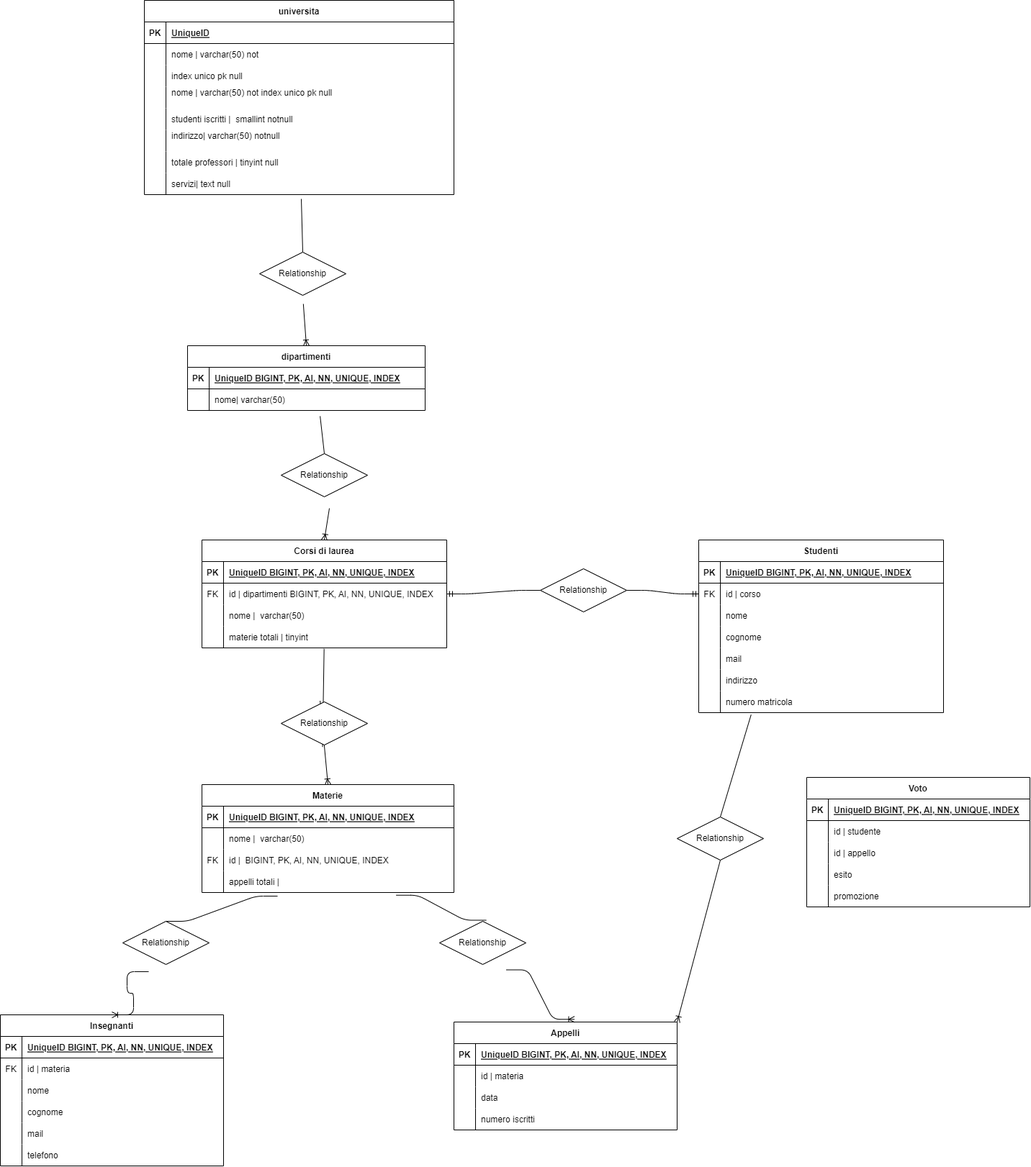
Before: university.png, a diagram exported from draw.io (fabiodelli/db-university). Source tidied: cells renumbered, new cells last; positions are measured from the earlier drawing's top-left corner, leaving out a move shared by most shapes.
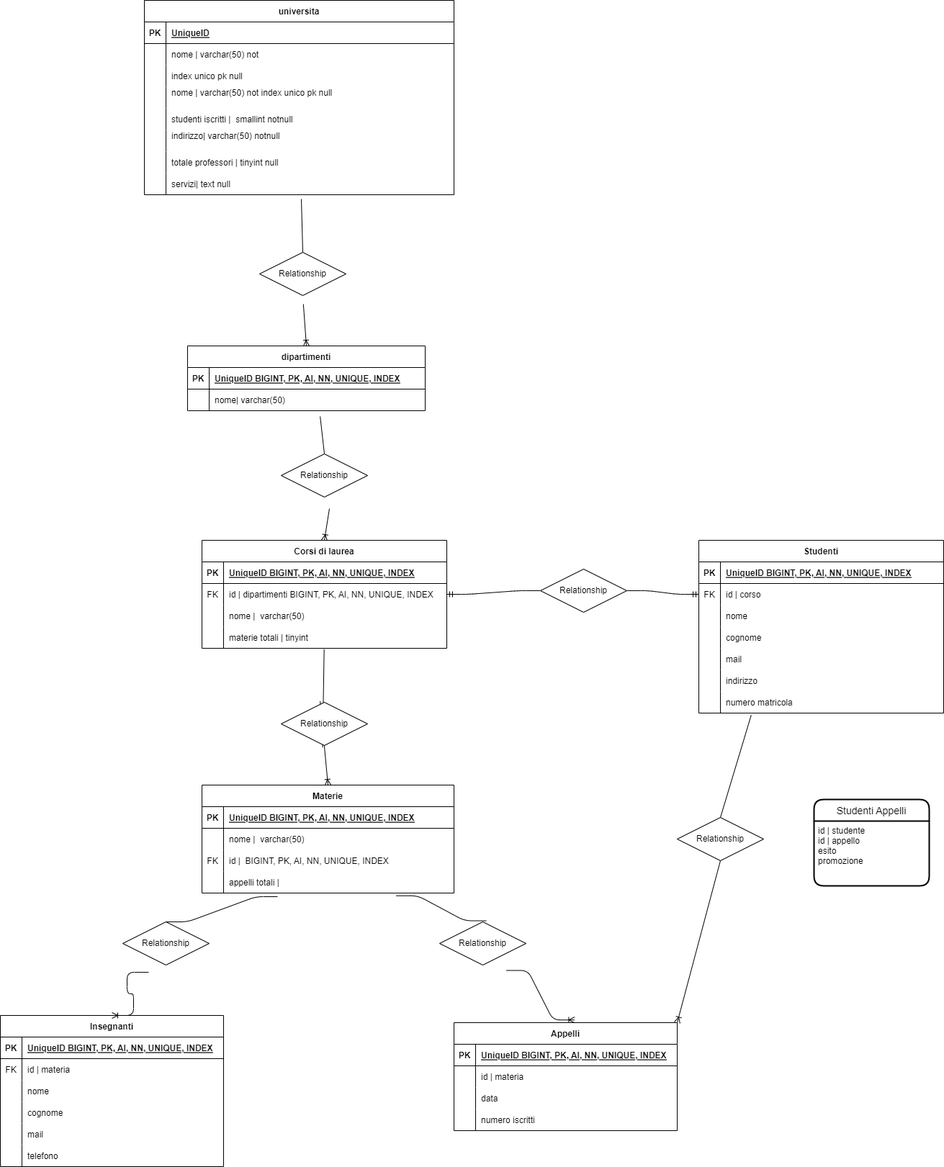
The same diagram one commit later.

What changed in the source:
```diff
@@ -338,54 +338,6 @@
     <mxCell id="113" value="numero matricola" style="shape=partialRectangle;fillColor=none;top=0;left=0;bottom=0;right=0;align=left;spacingLeft=6;overflow=hidden;" parent="111" vertex="1">
       <mxGeometry x="30" width="310" height="30" as="geometry" />
     </mxCell>
-    <mxCell id="114" value="Voto" style="shape=table;startSize=30;rowLines=0;fontStyle=1;align=center;" parent="1" vertex="1">
-      <mxGeometry x="1120" y="1080" width="310" height="180" as="geometry" />
-    </mxCell>
-    <mxCell id="115" style="shape=tableRow;horizontal=0;startSize=0;swimlaneHead=0;swimlaneBody=0;fillColor=none;top=0;left=0;right=0;bottom=1;" parent="114" vertex="1">
-      <mxGeometry y="30" width="310" height="30" as="geometry" />
-    </mxCell>
-    <mxCell id="116" value="PK" style="shape=partialRectangle;fillColor=none;top=0;left=0;bottom=0;right=0;fontStyle=1;overflow=hidden;" parent="115" vertex="1">
-      <mxGeometry width="30" height="30" as="geometry" />
-    </mxCell>
-    <mxCell id="117" value="UniqueID BIGINT, PK, AI, NN, UNIQUE, INDEX" style="shape=partialRectangle;fillColor=none;top=0;left=0;bottom=0;right=0;align=left;spacingLeft=6;fontStyle=5;overflow=hidden;" parent="115" vertex="1">
-      <mxGeometry x="30" width="280" height="30" as="geometry" />
-    </mxCell>
-    <mxCell id="118" style="shape=tableRow;horizontal=0;startSize=0;swimlaneHead=0;swimlaneBody=0;fillColor=none;top=0;left=0;right=0;bottom=0;" parent="114" vertex="1">
-      <mxGeometry y="60" width="310" height="30" as="geometry" />
-    </mxCell>
-    <mxCell id="119" style="shape=partialRectangle;fillColor=none;top=0;left=0;bottom=0;right=0;overflow=hidden;" parent="118" vertex="1">
-      <mxGeometry width="30" height="30" as="geometry" />
-    </mxCell>
-    <mxCell id="120" value="id | studente" style="shape=partialRectangle;fillColor=none;top=0;left=0;bottom=0;right=0;align=left;spacingLeft=6;overflow=hidden;" parent="118" vertex="1">
-      <mxGeometry x="30" width="280" height="30" as="geometry" />
-    </mxCell>
-    <mxCell id="121" style="shape=tableRow;horizontal=0;startSize=0;swimlaneHead=0;swimlaneBody=0;fillColor=none;top=0;left=0;right=0;bottom=0;" parent="114" vertex="1">
-      <mxGeometry y="90" width="310" height="30" as="geometry" />
-    </mxCell>
-    <mxCell id="122" style="shape=partialRectangle;fillColor=none;top=0;left=0;bottom=0;right=0;overflow=hidden;" parent="121" vertex="1">
-      <mxGeometry width="30" height="30" as="geometry" />
-    </mxCell>
-    <mxCell id="123" value="id | appello" style="shape=partialRectangle;fillColor=none;top=0;left=0;bottom=0;right=0;align=left;spacingLeft=6;overflow=hidden;" parent="121" vertex="1">
-      <mxGeometry x="30" width="280" height="30" as="geometry" />
-    </mxCell>
-    <mxCell id="124" style="shape=tableRow;horizontal=0;startSize=0;swimlaneHead=0;swimlaneBody=0;fillColor=none;top=0;left=0;right=0;bottom=0;" parent="114" vertex="1">
-      <mxGeometry y="120" width="310" height="30" as="geometry" />
-    </mxCell>
-    <mxCell id="125" style="shape=partialRectangle;fillColor=none;top=0;left=0;bottom=0;right=0;overflow=hidden;" parent="124" vertex="1">
-      <mxGeometry width="30" height="30" as="geometry" />
-    </mxCell>
-    <mxCell id="126" value="esito " style="shape=partialRectangle;fillColor=none;top=0;left=0;bottom=0;right=0;align=left;spacingLeft=6;overflow=hidden;" parent="124" vertex="1">
-      <mxGeometry x="30" width="280" height="30" as="geometry" />
-    </mxCell>
-    <mxCell id="127" style="shape=tableRow;horizontal=0;startSize=0;swimlaneHead=0;swimlaneBody=0;fillColor=none;top=0;left=0;right=0;bottom=0;" parent="114" vertex="1">
-      <mxGeometry y="150" width="310" height="30" as="geometry" />
-    </mxCell>
-    <mxCell id="128" style="shape=partialRectangle;fillColor=none;top=0;left=0;bottom=0;right=0;overflow=hidden;" parent="127" vertex="1">
-      <mxGeometry width="30" height="30" as="geometry" />
-    </mxCell>
-    <mxCell id="129" value="promozione" style="shape=partialRectangle;fillColor=none;top=0;left=0;bottom=0;right=0;align=left;spacingLeft=6;overflow=hidden;" parent="127" vertex="1">
-      <mxGeometry x="30" width="280" height="30" as="geometry" />
-    </mxCell>
     <mxCell id="130" style="fontSize=12;html=1;endArrow=ERoneToMany;exitX=0.507;exitY=1.2;exitDx=0;exitDy=0;exitPerimeter=0;entryX=0.5;entryY=0;entryDx=0;entryDy=0;startArrow=none;" parent="1" edge="1" source="132" target="27">
       <mxGeometry relative="1" as="geometry" />
     </mxCell>
@@ -451,5 +403,11 @@
     <mxCell id="150" value="Relationship" style="shape=rhombus;perimeter=rhombusPerimeter;whiteSpace=wrap;html=1;align=center;" parent="1" vertex="1">
       <mxGeometry x="750" y="790" width="120" height="60" as="geometry" />
     </mxCell>
+    <mxCell id="151" value="Studenti Appelli" style="swimlane;horizontal=1;startSize=30;rounded=1;fontSize=14;fontStyle=0;strokeWidth=2;shadow=0;dashed=0;align=center;" parent="1" vertex="1">
+      <mxGeometry x="1130" y="1110" width="160" height="120" as="geometry" />
+    </mxCell>
+    <mxCell id="152" value="id | studente&#10;id | appello&#10;esito&#10;promozione" style="align=left;strokeColor=none;fillColor=none;spacingLeft=4;fontSize=12;verticalAlign=top;" parent="151" vertex="1">
+      <mxGeometry y="30" width="160" height="90" as="geometry" />
+    </mxCell>
   </root>
 </mxGraphModel>
```
